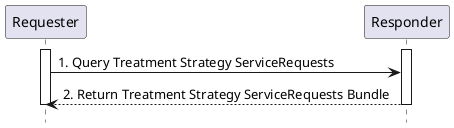
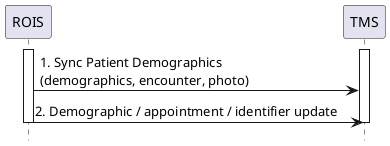
@startuml
skinparam svgDimensionStyle true
hide footbox
- participant "Requester" as Requester
- participant "Responder" as Responder
- activate Requester
- activate Responder
- Requester -> Responder : 1. Query Treatment Strategy ServiceRequests
- Responder --> Requester : 2. Return Treatment Strategy ServiceRequests Bundle
- deactivate Requester
- deactivate Responder
+ participant "ROIS" as ROIS
+ participant "TMS" as TMS
+ activate ROIS
+ activate TMS
+ ROIS -> TMS : 1. Sync Patient Demographics\n(demographics, encounter, photo)
+ ROIS -> TMS : 2. Demographic / appointment / identifier update
+ deactivate ROIS
+ deactivate TMS
@enduml
